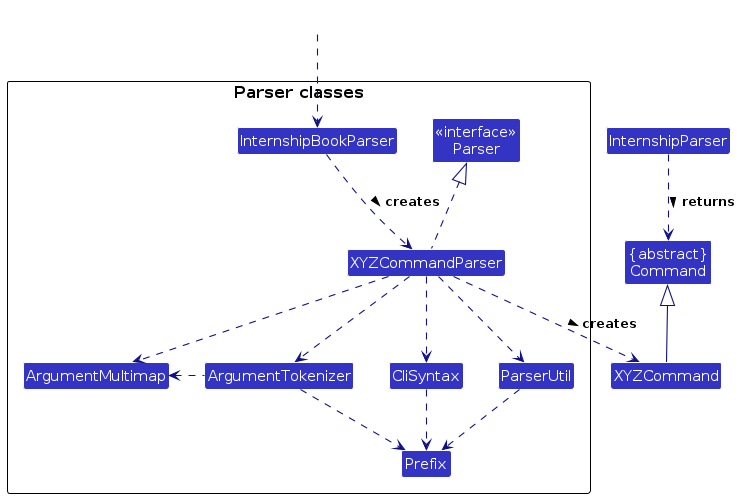
Before: diagrams/ParserClasses.png, a diagram exported from PlantUML (AY2324S1-CS2103T-W17-1/tp). Its source is kept beside it as diagrams/ParserClasses.puml.
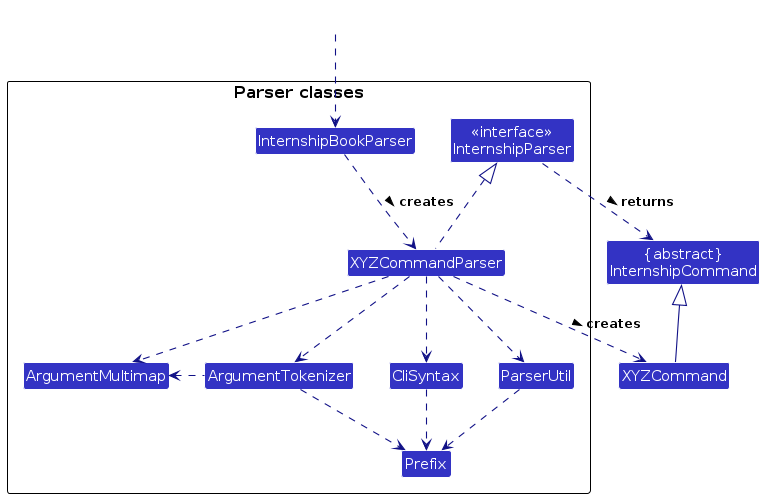
After the commit.

Change to the diagram source:
```diff
@@ -4,11 +4,11 @@
 skinparam arrowColor LOGIC_COLOR_T4
 skinparam classBackgroundColor LOGIC_COLOR
 
-Class "{abstract}\nCommand" as Command
+Class "{abstract}\nInternshipCommand" as Command
 Class XYZCommand
 
 package "Parser classes"{
-Class "<<interface>>\nParser" as Parser
+Class "<<interface>>\nInternshipParser" as Parser
 Class InternshipBookParser
 Class XYZCommandParser
 Class CliSyntax
@@ -24,7 +24,7 @@
 InternshipBookParser .down.> XYZCommandParser: creates >
 
 XYZCommandParser ..> XYZCommand : creates >
-InternshipParser ..> Command : returns >
+Parser ..> Command : returns >
 XYZCommandParser .up.|> Parser
 XYZCommandParser ..> ArgumentMultimap
 XYZCommandParser ..> ArgumentTokenizer
```
